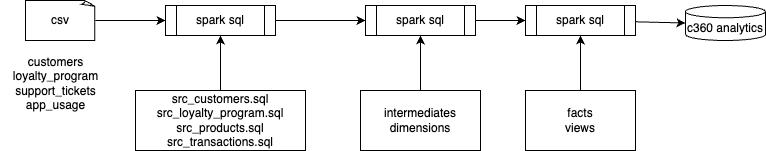
Earlier version of the draw.io export docs/c360/images/spark_process.drawio.png (jbcodeforce/flink_project_demos). Source tidied: cells renumbered, new cells last; positions are measured from the earlier drawing's top-left corner, leaving out a move shared by most shapes. The source it was exported from:
```xml
<mxGraphModel>
  <root>
    <mxCell id="0" />
    <mxCell id="1" parent="0" />
    <mxCell id="2" style="edgeStyle=none;html=1;entryX=0;entryY=0.5;entryDx=0;entryDy=0;" parent="1" edge="1" source="3" target="6">
      <mxGeometry relative="1" as="geometry" />
    </mxCell>
    <mxCell id="3" value="csv" style="whiteSpace=wrap;html=1;shape=mxgraph.basic.document;" parent="1" vertex="1">
      <mxGeometry x="25" width="70" height="40" as="geometry" />
    </mxCell>
    <mxCell id="4" value="customers&lt;br&gt;loyalty_program&lt;div&gt;support_tickets&lt;/div&gt;&lt;div&gt;app_usage&lt;/div&gt;" style="text;html=1;align=center;verticalAlign=middle;strokeColor=none;fillColor=none;" parent="1" vertex="1">
      <mxGeometry y="48" width="110" height="70" as="geometry" />
    </mxCell>
    <mxCell id="5" style="edgeStyle=none;html=1;entryX=0;entryY=0.5;entryDx=0;entryDy=0;" parent="1" edge="1" source="6" target="10">
      <mxGeometry relative="1" as="geometry" />
    </mxCell>
    <mxCell id="6" value="spark sql" style="shape=process;whiteSpace=wrap;html=1;backgroundOutline=1;" parent="1" vertex="1">
      <mxGeometry x="165" y="5" width="110" height="30" as="geometry" />
    </mxCell>
    <mxCell id="7" style="edgeStyle=none;html=1;entryX=0.5;entryY=1;entryDx=0;entryDy=0;" parent="1" edge="1" source="8" target="6">
      <mxGeometry relative="1" as="geometry" />
    </mxCell>
    <mxCell id="8" value="src_customers.sql&lt;div&gt;src_loyalty_program.sql&lt;/div&gt;&lt;div&gt;src_products.sql&lt;/div&gt;&lt;div&gt;src_transactions.sql&lt;/div&gt;" style="rounded=0;whiteSpace=wrap;html=1;" parent="1" vertex="1">
      <mxGeometry x="135" y="90" width="170" height="60" as="geometry" />
    </mxCell>
    <mxCell id="9" style="edgeStyle=none;html=1;entryX=0;entryY=0.5;entryDx=0;entryDy=0;" parent="1" edge="1" source="10" target="14">
      <mxGeometry relative="1" as="geometry" />
    </mxCell>
    <mxCell id="10" value="spark sql" style="shape=process;whiteSpace=wrap;html=1;backgroundOutline=1;" parent="1" vertex="1">
      <mxGeometry x="365" y="5" width="110" height="30" as="geometry" />
    </mxCell>
    <mxCell id="11" value="intermediates&lt;br&gt;dimensions" style="rounded=0;whiteSpace=wrap;html=1;" parent="1" vertex="1">
      <mxGeometry x="360" y="90" width="120" height="60" as="geometry" />
    </mxCell>
    <mxCell id="12" style="edgeStyle=none;html=1;entryX=0.5;entryY=1;entryDx=0;entryDy=0;" parent="1" edge="1" source="13" target="14">
      <mxGeometry relative="1" as="geometry" />
    </mxCell>
    <mxCell id="13" value="facts&lt;div&gt;views&lt;/div&gt;" style="rounded=0;whiteSpace=wrap;html=1;" parent="1" vertex="1">
      <mxGeometry x="525" y="90" width="110" height="60" as="geometry" />
    </mxCell>
    <mxCell id="14" value="spark sql" style="shape=process;whiteSpace=wrap;html=1;backgroundOutline=1;" parent="1" vertex="1">
      <mxGeometry x="525" y="5" width="110" height="30" as="geometry" />
    </mxCell>
    <mxCell id="15" style="edgeStyle=none;html=1;entryX=0.5;entryY=1;entryDx=0;entryDy=0;" parent="1" edge="1" source="11" target="10">
      <mxGeometry relative="1" as="geometry" />
    </mxCell>
    <mxCell id="16" value="c360 analytics" style="shape=cylinder3;whiteSpace=wrap;html=1;boundedLbl=1;backgroundOutline=1;size=6.125404357910156;" parent="1" vertex="1">
      <mxGeometry x="685" y="5" width="80" height="35" as="geometry" />
    </mxCell>
    <mxCell id="17" style="edgeStyle=none;html=1;entryX=0;entryY=0.5;entryDx=0;entryDy=0;entryPerimeter=0;" parent="1" edge="1" source="14" target="16">
      <mxGeometry relative="1" as="geometry" />
    </mxCell>
  </root>
</mxGraphModel>
```
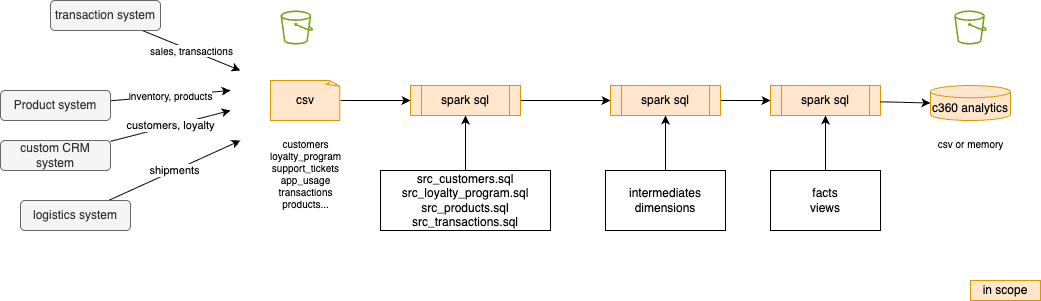
The same file after the commit.

What changed in the source:
```diff
@@ -5,16 +5,16 @@
     <mxCell id="2" style="edgeStyle=none;html=1;entryX=0;entryY=0.5;entryDx=0;entryDy=0;" parent="1" edge="1" source="3" target="6">
       <mxGeometry relative="1" as="geometry" />
     </mxCell>
-    <mxCell id="3" value="csv" style="whiteSpace=wrap;html=1;shape=mxgraph.basic.document;" parent="1" vertex="1">
+    <mxCell id="3" value="csv" style="whiteSpace=wrap;html=1;shape=mxgraph.basic.document;fillColor=#ffe6cc;strokeColor=#d79b00;" parent="1" vertex="1">
       <mxGeometry x="25" width="70" height="40" as="geometry" />
     </mxCell>
-    <mxCell id="4" value="customers&lt;br&gt;loyalty_program&lt;div&gt;support_tickets&lt;/div&gt;&lt;div&gt;app_usage&lt;/div&gt;" style="text;html=1;align=center;verticalAlign=middle;strokeColor=none;fillColor=none;" parent="1" vertex="1">
-      <mxGeometry y="48" width="110" height="70" as="geometry" />
+    <mxCell id="4" value="customers&lt;br&gt;loyalty_program&lt;div&gt;support_tickets&lt;/div&gt;&lt;div&gt;app_usage&lt;/div&gt;&lt;div&gt;transactions&lt;/div&gt;&lt;div&gt;products...&lt;/div&gt;" style="text;html=1;align=center;verticalAlign=middle;strokeColor=none;fillColor=none;fontSize=10;" parent="1" vertex="1">
+      <mxGeometry x="15" y="48" width="90" height="90" as="geometry" />
     </mxCell>
     <mxCell id="5" style="edgeStyle=none;html=1;entryX=0;entryY=0.5;entryDx=0;entryDy=0;" parent="1" edge="1" source="6" target="10">
       <mxGeometry relative="1" as="geometry" />
     </mxCell>
-    <mxCell id="6" value="spark sql" style="shape=process;whiteSpace=wrap;html=1;backgroundOutline=1;" parent="1" vertex="1">
+    <mxCell id="6" value="spark sql" style="shape=process;whiteSpace=wrap;html=1;backgroundOutline=1;fillColor=#ffe6cc;strokeColor=#d79b00;" parent="1" vertex="1">
       <mxGeometry x="165" y="5" width="110" height="30" as="geometry" />
     </mxCell>
     <mxCell id="7" style="edgeStyle=none;html=1;entryX=0.5;entryY=1;entryDx=0;entryDy=0;" parent="1" edge="1" source="8" target="6">
@@ -26,7 +26,7 @@
     <mxCell id="9" style="edgeStyle=none;html=1;entryX=0;entryY=0.5;entryDx=0;entryDy=0;" parent="1" edge="1" source="10" target="14">
       <mxGeometry relative="1" as="geometry" />
     </mxCell>
-    <mxCell id="10" value="spark sql" style="shape=process;whiteSpace=wrap;html=1;backgroundOutline=1;" parent="1" vertex="1">
+    <mxCell id="10" value="spark sql" style="shape=process;whiteSpace=wrap;html=1;backgroundOutline=1;fillColor=#ffe6cc;strokeColor=#d79b00;" parent="1" vertex="1">
       <mxGeometry x="365" y="5" width="110" height="30" as="geometry" />
     </mxCell>
     <mxCell id="11" value="intermediates&lt;br&gt;dimensions" style="rounded=0;whiteSpace=wrap;html=1;" parent="1" vertex="1">
@@ -38,17 +38,61 @@
     <mxCell id="13" value="facts&lt;div&gt;views&lt;/div&gt;" style="rounded=0;whiteSpace=wrap;html=1;" parent="1" vertex="1">
       <mxGeometry x="525" y="90" width="110" height="60" as="geometry" />
     </mxCell>
-    <mxCell id="14" value="spark sql" style="shape=process;whiteSpace=wrap;html=1;backgroundOutline=1;" parent="1" vertex="1">
+    <mxCell id="14" value="spark sql" style="shape=process;whiteSpace=wrap;html=1;backgroundOutline=1;fillColor=#ffe6cc;strokeColor=#d79b00;" parent="1" vertex="1">
       <mxGeometry x="525" y="5" width="110" height="30" as="geometry" />
     </mxCell>
     <mxCell id="15" style="edgeStyle=none;html=1;entryX=0.5;entryY=1;entryDx=0;entryDy=0;" parent="1" edge="1" source="11" target="10">
       <mxGeometry relative="1" as="geometry" />
     </mxCell>
-    <mxCell id="16" value="c360 analytics" style="shape=cylinder3;whiteSpace=wrap;html=1;boundedLbl=1;backgroundOutline=1;size=6.125404357910156;" parent="1" vertex="1">
+    <mxCell id="16" value="c360 analytics" style="shape=cylinder3;whiteSpace=wrap;html=1;boundedLbl=1;backgroundOutline=1;size=6.125404357910156;fillColor=#ffe6cc;strokeColor=#d79b00;" parent="1" vertex="1">
       <mxGeometry x="685" y="5" width="80" height="35" as="geometry" />
     </mxCell>
     <mxCell id="17" style="edgeStyle=none;html=1;entryX=0;entryY=0.5;entryDx=0;entryDy=0;entryPerimeter=0;" parent="1" edge="1" source="14" target="16">
       <mxGeometry relative="1" as="geometry" />
     </mxCell>
+    <mxCell id="18" value="in scope" style="whiteSpace=wrap;html=1;fillColor=#ffe6cc;strokeColor=#d79b00;" parent="1" vertex="1">
+      <mxGeometry x="725" y="200" width="70" height="20" as="geometry" />
+    </mxCell>
+    <mxCell id="19" value="csv or memory" style="text;html=1;align=center;verticalAlign=middle;strokeColor=none;fillColor=none;fontSize=10;" parent="1" vertex="1">
+      <mxGeometry x="680" y="48" width="90" height="30" as="geometry" />
+    </mxCell>
+    <mxCell id="20" value="sales, transactions" style="edgeStyle=none;html=1;fontSize=10;" parent="1" edge="1" source="21">
+      <mxGeometry relative="1" as="geometry">
+        <mxPoint x="-5" y="-10" as="targetPoint" />
+      </mxGeometry>
+    </mxCell>
+    <mxCell id="21" value="transaction system" style="rounded=1;whiteSpace=wrap;html=1;fillColor=#f5f5f5;fontColor=#333333;strokeColor=#666666;" parent="1" vertex="1">
+      <mxGeometry x="-195" y="-80" width="110" height="30" as="geometry" />
+    </mxCell>
+    <mxCell id="22" value="inventory, products" style="edgeStyle=none;html=1;fontSize=10;" parent="1" edge="1" source="23">
+      <mxGeometry relative="1" as="geometry">
+        <mxPoint x="-15" y="10" as="targetPoint" />
+      </mxGeometry>
+    </mxCell>
+    <mxCell id="23" value="Product system" style="rounded=1;whiteSpace=wrap;html=1;fillColor=#f5f5f5;fontColor=#333333;strokeColor=#666666;" parent="1" vertex="1">
+      <mxGeometry x="-245" y="10" width="110" height="30" as="geometry" />
+    </mxCell>
+    <mxCell id="24" value="customers, loyalty" style="edgeStyle=none;html=1;" parent="1" edge="1" source="25">
+      <mxGeometry relative="1" as="geometry">
+        <mxPoint x="-15" y="30" as="targetPoint" />
+      </mxGeometry>
+    </mxCell>
+    <mxCell id="25" value="custom CRM system" style="rounded=1;whiteSpace=wrap;html=1;fillColor=#f5f5f5;fontColor=#333333;strokeColor=#666666;" parent="1" vertex="1">
+      <mxGeometry x="-245" y="60" width="110" height="30" as="geometry" />
+    </mxCell>
+    <mxCell id="26" value="shipments" style="edgeStyle=none;html=1;" parent="1" edge="1" source="27">
+      <mxGeometry relative="1" as="geometry">
+        <mxPoint x="-5" y="60" as="targetPoint" />
+      </mxGeometry>
+    </mxCell>
+    <mxCell id="27" value="logistics system" style="rounded=1;whiteSpace=wrap;html=1;fillColor=#f5f5f5;fontColor=#333333;strokeColor=#666666;" parent="1" vertex="1">
+      <mxGeometry x="-225" y="120" width="110" height="30" as="geometry" />
+    </mxCell>
+    <mxCell id="28" style="sketch=0;fontColor=#232F3E;gradientColor=none;fillColor=#7AA116;strokeColor=none;dashed=0;verticalLabelPosition=bottom;verticalAlign=top;align=center;html=1;fontSize=12;fontStyle=0;shape=mxgraph.aws4.bucket;" parent="1" vertex="1">
+      <mxGeometry x="35" y="-70" width="32.7" height="34" as="geometry" />
+    </mxCell>
+    <mxCell id="29" style="sketch=0;fontColor=#232F3E;gradientColor=none;fillColor=#7AA116;strokeColor=none;dashed=0;verticalLabelPosition=bottom;verticalAlign=top;align=center;html=1;fontSize=12;fontStyle=0;shape=mxgraph.aws4.bucket;" parent="1" vertex="1">
+      <mxGeometry x="708.7" y="-70" width="32.7" height="34" as="geometry" />
+    </mxCell>
   </root>
 </mxGraphModel>
```
